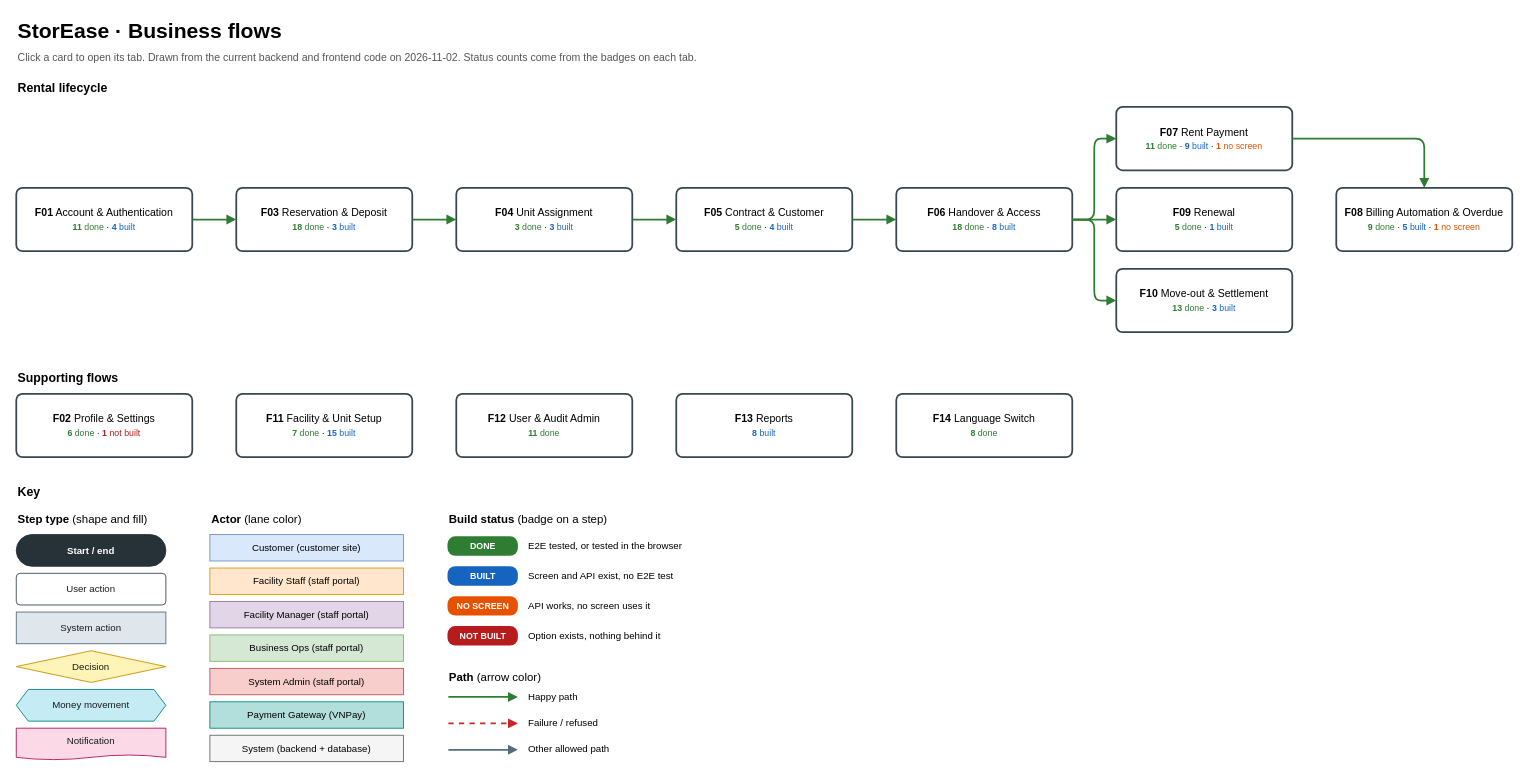
MiKhangz/Self-Storage-Facility-FRONTEND keeps this draw.io diagram as page "Overview" (1 of 16) of flows.drawio. Above is the earlier version. Source tidied: cells renumbered, new cells numbered last; positions are measured from the earlier drawing's top-left corner, leaving out a move shared by most shapes. Both pictures are drawn from the tidied source at 88%, with x=0, y=0 at pixel (16, 15).
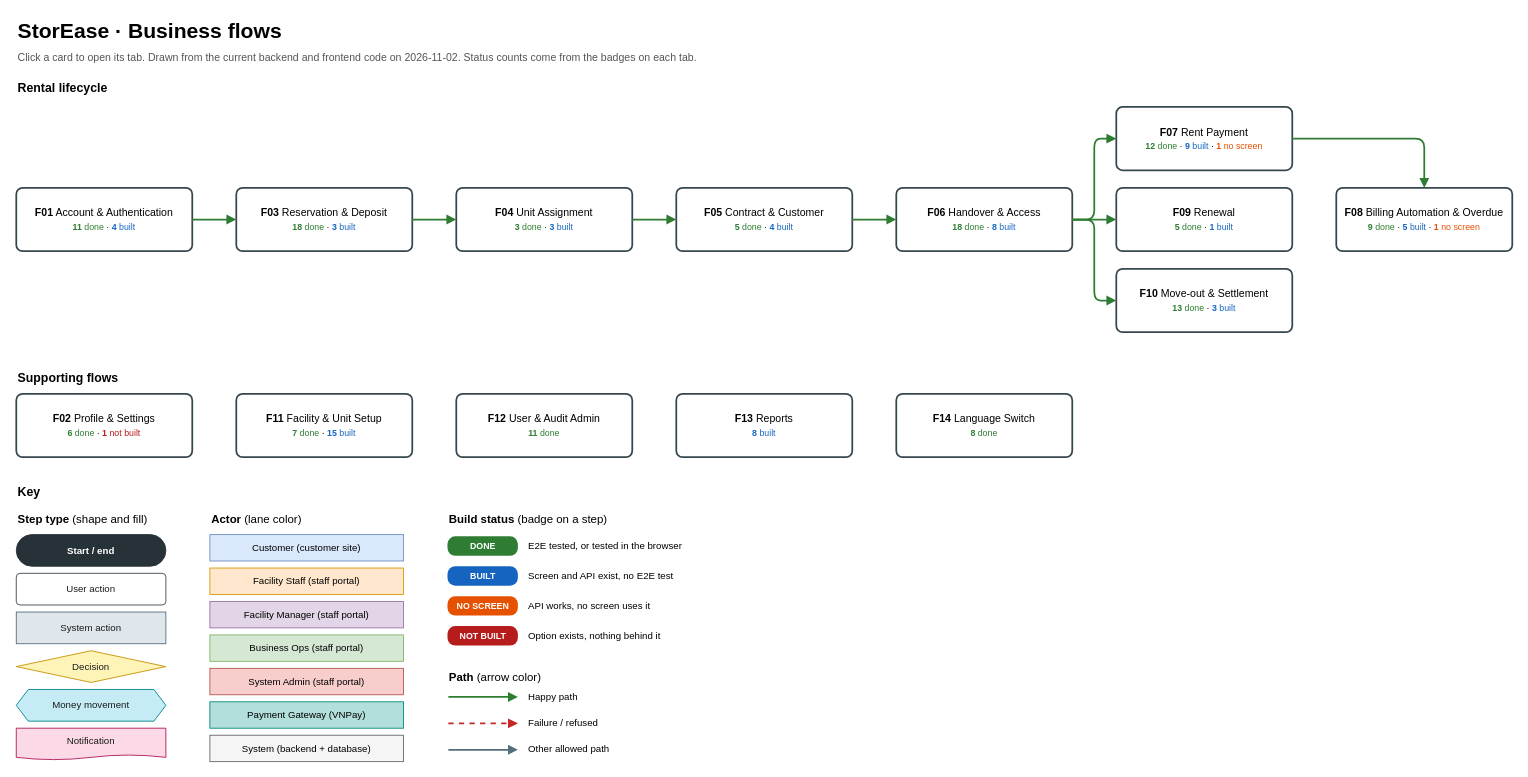
Above is the later version.

What changed in the source:
```diff
@@
-    <mxCell id="10" value="&lt;b&gt;F07&lt;/b&gt; Rent Payment&lt;br&gt;&lt;font style=&quot;font-size:10px&quot;&gt;&lt;font color=&quot;#2e7d32&quot;&gt;&lt;b&gt;11&lt;/b&gt; done&lt;/font&gt; · &lt;font color=&quot;#1565c0&quot;&gt;&lt;b&gt;9&lt;/b&gt; built&lt;/font&gt; · &lt;font color=&quot;#e65100&quot;&gt;&lt;b&gt;1&lt;/b&gt; no screen&lt;/font&gt;&lt;/font&gt;" style="rounded=1;arcSize=10;html=1;whiteSpace=wrap;fontSize=12;fillColor=#ffffff;strokeColor=#37474f;strokeWidth=2;" parent="1" vertex="1">
+    <mxCell id="10" value="&lt;b&gt;F07&lt;/b&gt; Rent Payment&lt;br&gt;&lt;font style=&quot;font-size:10px&quot;&gt;&lt;font color=&quot;#2e7d32&quot;&gt;&lt;b&gt;12&lt;/b&gt; done&lt;/font&gt; · &lt;font color=&quot;#1565c0&quot;&gt;&lt;b&gt;9&lt;/b&gt; built&lt;/font&gt; · &lt;font color=&quot;#e65100&quot;&gt;&lt;b&gt;1&lt;/b&gt; no screen&lt;/font&gt;&lt;/font&gt;" style="rounded=1;arcSize=10;html=1;whiteSpace=wrap;fontSize=12;fillColor=#ffffff;strokeColor=#37474f;strokeWidth=2;" parent="1" vertex="1">
       <mxGeometry x="1250" y="104" width="200" height="72" as="geometry" />
     </mxCell>
```
